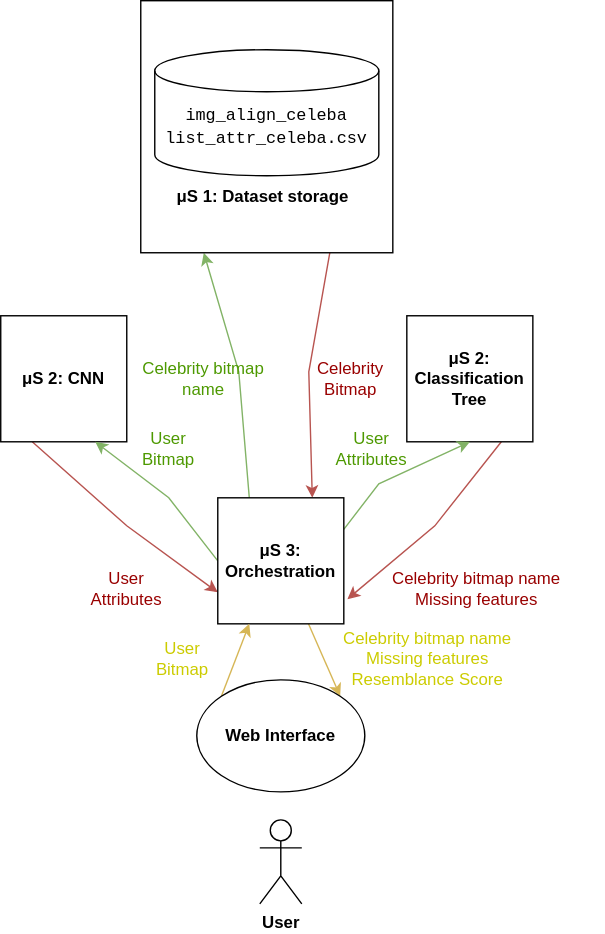
This is architechture.drawio.svg from Wissem0/Projet-Integrateur-Classification-d-images, a draw.io export, as it was before one commit. Source tidied: cells renumbered, new cells last; positions are measured from the earlier drawing's top-left corner, leaving out a move shared by most shapes.
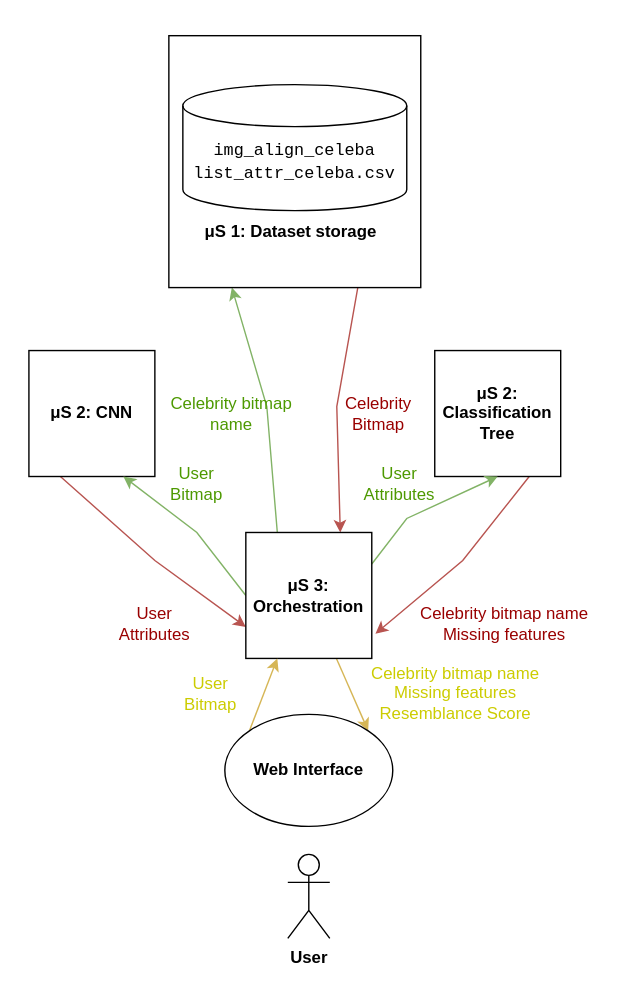
The same diagram one commit later.

Change to the diagram source:
```diff
@@ -2,6 +2,9 @@
   <root>
     <mxCell id="0" />
     <mxCell id="1" parent="0" />
+    <mxCell id="28" style="rounded=0;whiteSpace=wrap;html=1;fillStyle=solid;strokeColor=none;fontFamily=Helvetica;fontColor=#000000;fillColor=#FFFFFF;" parent="1" vertex="1">
+      <mxGeometry x="-20" y="-25" width="440" height="700" as="geometry" />
+    </mxCell>
     <mxCell id="2" style="rounded=0;jettySize=auto;html=1;entryX=0.75;entryY=0;entryDx=0;entryDy=0;fontFamily=Helvetica;exitX=0.75;exitY=1;exitDx=0;exitDy=0;fillColor=#f8cecc;strokeColor=#b85450;" parent="1" edge="1" source="15" target="11">
       <mxGeometry relative="1" as="geometry">
         <Array as="points">
```
